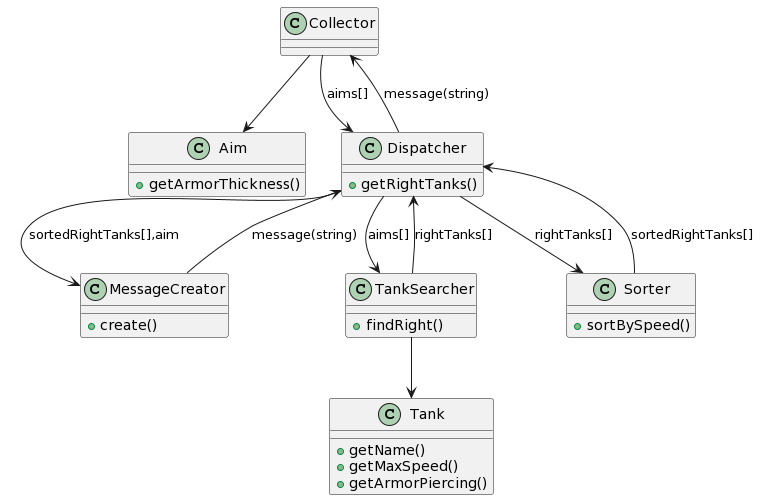
Vergazov/Diagrams keeps this PlantUML diagram as Tanks/Tanks_Class_Diagramm.png. Above is the earlier version.
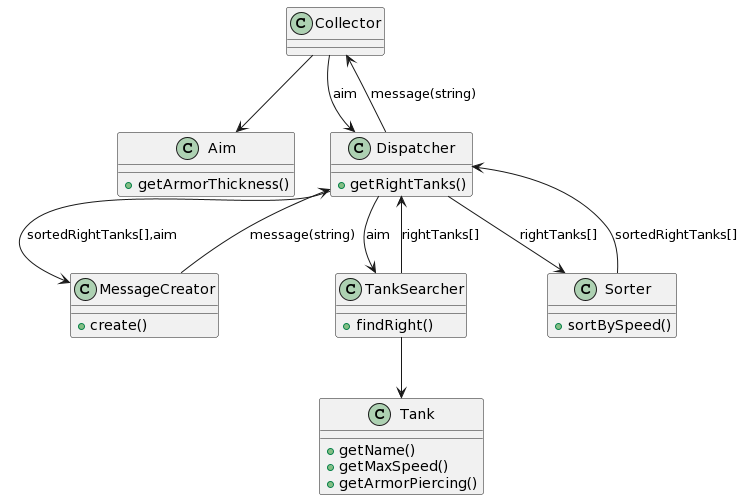
After the commit.

Commit message:
поправил Tanks_Class

What changed in the source:
```diff
@@ -31,8 +31,8 @@
 
 
 Collector --> Aim
-Collector --> Dispatcher: aims[]
-Dispatcher --> TankSearcher: aims[]
+Collector --> Dispatcher: aim
+Dispatcher --> TankSearcher: aim
 TankSearcher --> Tank
 TankSearcher --> Dispatcher: rightTanks[]
 Dispatcher --> Sorter: rightTanks[]
```
